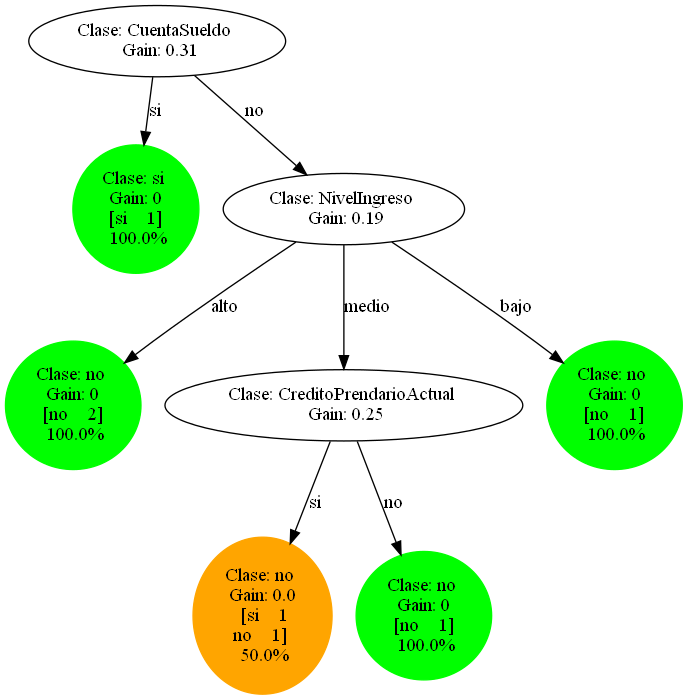
Above: test_output/gain.png in AlejandroFNadal/ia_decision_trees (Graphviz), before the change. Its source is kept beside it as test_output/gain.dot. Source of this version:
```dot
digraph {
	0 [label="Clase: CuentaSueldo
 Gain: 0.31"]
	1 [label="Clase: si
 Gain: 0
 [si    1]
 100.0%" color=green style=filled]
	0 -> 1 [label=si splines=line]
	2 [label="Clase: NivelIngreso
 Gain: 0.19"]
	0 -> 2 [label=no splines=line]
	3 [label="Clase: no
 Gain: 0
 [no    2]
 100.0%" color=green style=filled]
	2 -> 3 [label=alto splines=line]
	4 [label="Clase: CreditoPrendarioActual
 Gain: 0.25"]
	2 -> 4 [label=medio splines=line]
	5 [label="Clase: no
 Gain: 0.0
 [si    1
no    1]
 50.0%" color=orange style=filled]
	4 -> 5 [label=si splines=line]
	6 [label="Clase: no
 Gain: 0
 [no    1]
 100.0%" color=green style=filled]
	4 -> 6 [label=no splines=line]
	7 [label="Clase: no
 Gain: 0
 [no    1]
 100.0%" color=green style=filled]
	2 -> 7 [label=bajo splines=line]
}
```
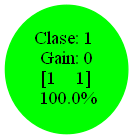
After the commit.

Diff of the diagram source:
```diff
@@ -1,36 +1,6 @@
 digraph {
-	0 [label="Clase: CuentaSueldo
- Gain: 0.31"]
-	1 [label="Clase: si
+	0 [label="Clase: 1
  Gain: 0
- [si    1]
+ [1    1]
  100.0%" color=green style=filled]
-	0 -> 1 [label=si splines=line]
-	2 [label="Clase: NivelIngreso
- Gain: 0.19"]
-	0 -> 2 [label=no splines=line]
-	3 [label="Clase: no
- Gain: 0
- [no    2]
- 100.0%" color=green style=filled]
-	2 -> 3 [label=alto splines=line]
-	4 [label="Clase: CreditoPrendarioActual
- Gain: 0.25"]
-	2 -> 4 [label=medio splines=line]
-	5 [label="Clase: no
- Gain: 0.0
- [si    1
-no    1]
- 50.0%" color=orange style=filled]
-	4 -> 5 [label=si splines=line]
-	6 [label="Clase: no
- Gain: 0
- [no    1]
- 100.0%" color=green style=filled]
-	4 -> 6 [label=no splines=line]
-	7 [label="Clase: no
- Gain: 0
- [no    1]
- 100.0%" color=green style=filled]
-	2 -> 7 [label=bajo splines=line]
 }
```
